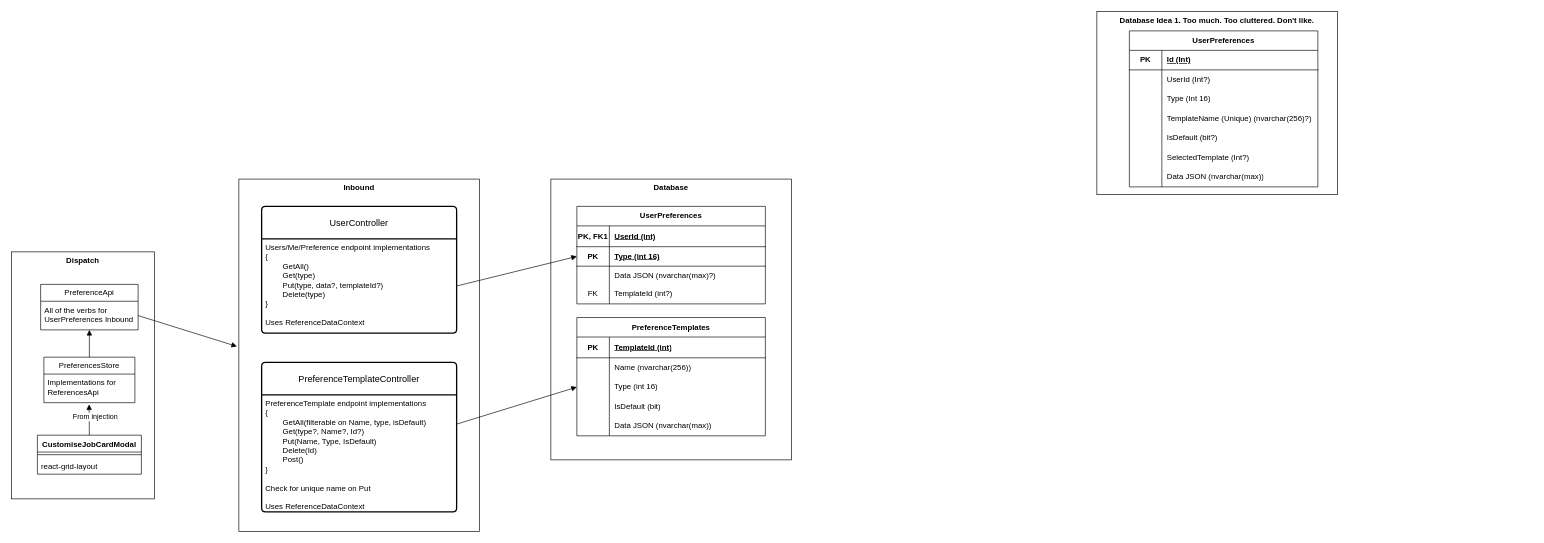
Earlier version of the draw.io diagram CustomJobCard.drawio (gbates-e2open/drawioFiles). Source tidied: cells renumbered, new cells numbered last; positions are measured from the earlier drawing's top-left corner, leaving out a move shared by most shapes. Both pictures are drawn from the tidied source at 65%, with x=0, y=0 at pixel (11, 11).
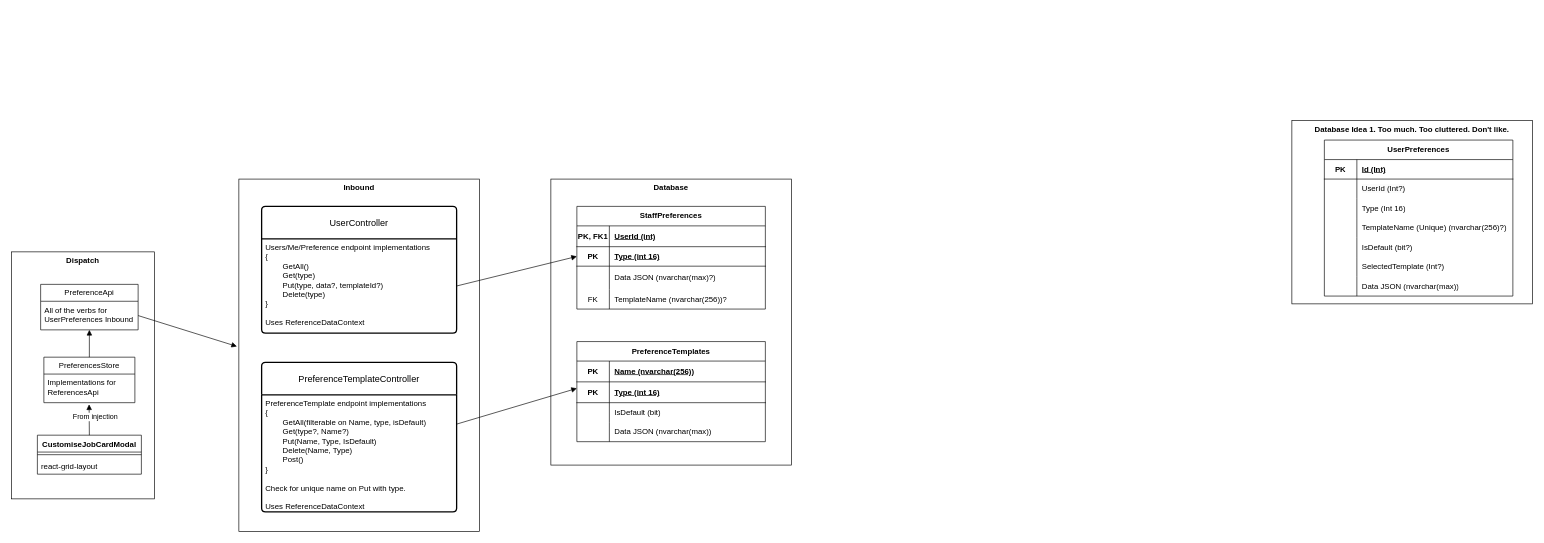
The same page after the edit.

Unchanged cells that the change refers to:
```xml
<mxCell id="3" value="PreferenceTemplateController" style="swimlane;horizontal=1;startSize=50;rounded=1;fontSize=14;fontStyle=0;strokeWidth=2;shadow=0;dashed=0;align=center;arcSize=4;whiteSpace=wrap;html=1;" parent="1" vertex="1">
  <mxGeometry x="385" y="540" width="300" height="230" as="geometry" />
</mxCell>
<mxCell id="54" style="shape=tableRow;horizontal=0;startSize=0;swimlaneHead=0;swimlaneBody=0;fillColor=none;top=0;left=0;right=0;bottom=1;html=1;" parent="53" vertex="1">
  <mxGeometry y="30" width="290" height="32" as="geometry" />
</mxCell>
```

The edit, as a diff of the source:
```diff
@@
-    <mxCell id="4" value="&lt;div&gt;&lt;span style=&quot;background-color: initial;&quot;&gt;PreferenceTemplate endpoint implementations&lt;/span&gt;&lt;br&gt;&lt;/div&gt;&lt;div&gt;{&lt;/div&gt;&lt;div&gt;&lt;span style=&quot;white-space: pre;&quot;&gt;&#9;&lt;/span&gt;GetAll(filterable on Name, type, isDefault)&lt;br&gt;&lt;/div&gt;&lt;div&gt;&lt;span style=&quot;white-space: pre;&quot;&gt;&#9;&lt;/span&gt;Get(type?, Name?, Id?)&lt;/div&gt;&lt;div&gt;&lt;span style=&quot;white-space: pre;&quot;&gt;&#9;&lt;/span&gt;Put(Name, Type, IsDefault)&lt;br&gt;&lt;/div&gt;&lt;div&gt;&lt;span style=&quot;white-space: pre;&quot;&gt;&#9;&lt;/span&gt;Delete(Id)&lt;/div&gt;&lt;div&gt;&lt;span style=&quot;white-space: pre;&quot;&gt;&#9;&lt;/span&gt;Post()&lt;br&gt;&lt;/div&gt;&lt;div&gt;}&lt;/div&gt;&lt;div&gt;&lt;br&gt;&lt;/div&gt;&lt;div&gt;Check for unique name on Put&lt;/div&gt;&lt;div&gt;&lt;br&gt;&lt;/div&gt;&lt;div&gt;Uses ReferenceDataContext&lt;/div&gt;" style="align=left;strokeColor=none;fillColor=none;spacingLeft=4;fontSize=12;verticalAlign=top;html=1;" parent="3" vertex="1">
+    <mxCell id="4" value="&lt;div&gt;&lt;span style=&quot;background-color: initial;&quot;&gt;PreferenceTemplate endpoint implementations&lt;/span&gt;&lt;br&gt;&lt;/div&gt;&lt;div&gt;{&lt;/div&gt;&lt;div&gt;&lt;span style=&quot;white-space: pre;&quot;&gt;&#9;&lt;/span&gt;GetAll(filterable on Name, type, isDefault)&lt;br&gt;&lt;/div&gt;&lt;div&gt;&lt;span style=&quot;white-space: pre;&quot;&gt;&#9;&lt;/span&gt;Get(type?, Name?)&lt;/div&gt;&lt;div&gt;&lt;span style=&quot;white-space: pre;&quot;&gt;&#9;&lt;/span&gt;Put(Name, Type, IsDefault)&lt;br&gt;&lt;/div&gt;&lt;div&gt;&lt;span style=&quot;white-space: pre;&quot;&gt;&#9;&lt;/span&gt;Delete(Name, Type)&lt;/div&gt;&lt;div&gt;&lt;span style=&quot;white-space: pre;&quot;&gt;&#9;&lt;/span&gt;Post()&lt;br&gt;&lt;/div&gt;&lt;div&gt;}&lt;/div&gt;&lt;div&gt;&lt;br&gt;&lt;/div&gt;&lt;div&gt;Check for unique name on Put with type.&lt;/div&gt;&lt;div&gt;&lt;br&gt;&lt;/div&gt;&lt;div&gt;Uses ReferenceDataContext&lt;/div&gt;" style="align=left;strokeColor=none;fillColor=none;spacingLeft=4;fontSize=12;verticalAlign=top;html=1;" parent="3" vertex="1">
       <mxGeometry y="50" width="300" height="180" as="geometry" />
     </mxCell>
@@
     <mxCell id="16" value="&lt;b&gt;Database Idea 1. Too much. Too cluttered. Don't like.&lt;/b&gt;" style="html=1;whiteSpace=wrap;verticalAlign=top;" parent="1" vertex="1">
-      <mxGeometry x="1670" width="370" height="282" as="geometry" />
+      <mxGeometry x="1970" y="168" width="370" height="282" as="geometry" />
     </mxCell>
     <mxCell id="17" value="UserPreferences" style="shape=table;startSize=30;childLayout=tableLayout;rowLines=0;fontStyle=1;align=center;html=1;whiteSpace=wrap;" parent="1" vertex="1">
-      <mxGeometry x="1720" y="30" width="290" height="240" as="geometry" />
+      <mxGeometry x="2020" y="198" width="290" height="240" as="geometry" />
     </mxCell>
@@
     <mxCell id="39" value="&lt;b&gt;Database&lt;/b&gt;" style="html=1;whiteSpace=wrap;verticalAlign=top;" parent="1" vertex="1">
-      <mxGeometry x="830" y="258" width="370" height="432" as="geometry" />
+      <mxGeometry x="830" y="258" width="370" height="440" as="geometry" />
     </mxCell>
-    <mxCell id="40" value="UserPreferences" style="shape=table;startSize=30;childLayout=tableLayout;rowLines=0;fontStyle=1;align=center;html=1;whiteSpace=wrap;" parent="1" vertex="1">
-      <mxGeometry x="870" y="300" width="290" height="150" as="geometry" />
+    <mxCell id="40" value="StaffPreferences" style="shape=table;startSize=30;childLayout=tableLayout;rowLines=0;fontStyle=1;align=center;html=1;whiteSpace=wrap;" parent="1" vertex="1">
+      <mxGeometry x="870" y="300" width="290" height="158" as="geometry" />
     </mxCell>
@@
     <mxCell id="47" style="shape=tableRow;horizontal=0;startSize=0;swimlaneHead=0;swimlaneBody=0;fillColor=none;top=0;left=0;right=0;bottom=0;html=1;" parent="40" vertex="1">
-      <mxGeometry y="92" width="290" height="28" as="geometry" />
+      <mxGeometry y="92" width="290" height="36" as="geometry" />
     </mxCell>
     <mxCell id="48" style="shape=partialRectangle;fillColor=none;top=0;left=0;bottom=0;right=0;overflow=hidden;html=1;whiteSpace=wrap;" parent="47" vertex="1">
-      <mxGeometry width="50" height="28" as="geometry" />
+      <mxGeometry width="50" height="36" as="geometry" />
     </mxCell>
     <mxCell id="49" value="Data JSON (nvarchar(max)?)" style="shape=partialRectangle;fillColor=none;top=0;left=0;bottom=0;right=0;align=left;spacingLeft=6;overflow=hidden;html=1;whiteSpace=wrap;" parent="47" vertex="1">
-      <mxGeometry x="50" width="240" height="28" as="geometry" />
+      <mxGeometry x="50" width="240" height="36" as="geometry" />
     </mxCell>
     <mxCell id="50" style="shape=tableRow;horizontal=0;startSize=0;swimlaneHead=0;swimlaneBody=0;fillColor=none;top=0;left=0;right=0;bottom=0;html=1;" parent="40" vertex="1">
-      <mxGeometry y="120" width="290" height="30" as="geometry" />
+      <mxGeometry y="128" width="290" height="30" as="geometry" />
     </mxCell>
@@
-    <mxCell id="52" value="TemplateId (int?)" style="shape=partialRectangle;fillColor=none;top=0;left=0;bottom=0;right=0;align=left;spacingLeft=6;overflow=hidden;html=1;whiteSpace=wrap;" parent="50" vertex="1">
+    <mxCell id="52" value="TemplateName (nvarchar(256))?" style="shape=partialRectangle;fillColor=none;top=0;left=0;bottom=0;right=0;align=left;spacingLeft=6;overflow=hidden;html=1;whiteSpace=wrap;" parent="50" vertex="1">
       <mxGeometry x="50" width="240" height="30" as="geometry" />
     </mxCell>
     <mxCell id="53" value="PreferenceTemplates" style="shape=table;startSize=30;childLayout=tableLayout;rowLines=0;fontStyle=1;align=center;html=1;whiteSpace=wrap;" parent="1" vertex="1">
-      <mxGeometry x="870" y="471" width="290" height="182" as="geometry" />
+      <mxGeometry x="870" y="508" width="290" height="154" as="geometry" />
     </mxCell>
@@
-    <mxCell id="56" value="TemplateId (int)" style="shape=partialRectangle;fillColor=none;top=0;left=0;bottom=0;right=0;align=left;spacingLeft=6;fontStyle=5;overflow=hidden;html=1;whiteSpace=wrap;" parent="54" vertex="1">
+    <mxCell id="56" value="Name (nvarchar(256))" style="shape=partialRectangle;fillColor=none;top=0;left=0;bottom=0;right=0;align=left;spacingLeft=6;fontStyle=5;overflow=hidden;html=1;whiteSpace=wrap;" parent="54" vertex="1">
       <mxGeometry x="50" width="240" height="32" as="geometry" />
     </mxCell>
-    <mxCell id="57" style="shape=tableRow;horizontal=0;startSize=0;swimlaneHead=0;swimlaneBody=0;fillColor=none;top=0;left=0;right=0;bottom=0;html=1;" parent="53" vertex="1">
-      <mxGeometry y="62" width="290" height="30" as="geometry" />
-    </mxCell>
-    <mxCell id="58" style="shape=partialRectangle;fillColor=none;top=0;left=0;bottom=0;right=0;overflow=hidden;html=1;whiteSpace=wrap;" parent="57" vertex="1">
-      <mxGeometry width="50" height="30" as="geometry" />
-    </mxCell>
-    <mxCell id="59" value="Name (nvarchar(256))" style="shape=partialRectangle;fillColor=none;top=0;left=0;bottom=0;right=0;align=left;spacingLeft=6;overflow=hidden;html=1;whiteSpace=wrap;" parent="57" vertex="1">
-      <mxGeometry x="50" width="240" height="30" as="geometry" />
-    </mxCell>
-    <mxCell id="60" style="shape=tableRow;horizontal=0;startSize=0;swimlaneHead=0;swimlaneBody=0;fillColor=none;points=[[0,0.5],[1,0.5]];portConstraint=eastwest;top=0;left=0;right=0;bottom=0;html=1;" parent="53" vertex="1">
-      <mxGeometry y="92" width="290" height="30" as="geometry" />
-    </mxCell>
-    <mxCell id="61" style="shape=partialRectangle;fillColor=none;top=0;left=0;bottom=0;right=0;overflow=hidden;html=1;whiteSpace=wrap;" parent="60" vertex="1">
-      <mxGeometry width="50" height="30" as="geometry" />
-    </mxCell>
+    <mxCell id="73" style="shape=tableRow;horizontal=0;startSize=0;swimlaneHead=0;swimlaneBody=0;fillColor=none;top=0;left=0;right=0;bottom=1;html=1;" parent="53" vertex="1">
+      <mxGeometry y="62" width="290" height="32" as="geometry" />
+    </mxCell>
+    <mxCell id="74" value="PK" style="shape=partialRectangle;fillColor=none;top=0;left=0;bottom=0;right=0;fontStyle=1;overflow=hidden;html=1;whiteSpace=wrap;" parent="73" vertex="1">
+      <mxGeometry width="50" height="32" as="geometry" />
+    </mxCell>
-    <mxCell id="62" value="Type (int 16)" style="shape=partialRectangle;fillColor=none;top=0;left=0;bottom=0;right=0;align=left;spacingLeft=6;overflow=hidden;html=1;whiteSpace=wrap;" parent="60" vertex="1">
-      <mxGeometry x="50" width="240" height="30" as="geometry" />
+    <mxCell id="62" value="Type (int 16)" style="shape=partialRectangle;fillColor=none;top=0;left=0;bottom=0;right=0;align=left;spacingLeft=6;fontStyle=5;overflow=hidden;html=1;whiteSpace=wrap;" parent="73" vertex="1">
+      <mxGeometry x="50" width="240" height="32" as="geometry" />
     </mxCell>
     <mxCell id="63" style="shape=tableRow;horizontal=0;startSize=0;swimlaneHead=0;swimlaneBody=0;fillColor=none;top=0;left=0;right=0;bottom=0;html=1;" parent="53" vertex="1">
-      <mxGeometry y="122" width="290" height="30" as="geometry" />
+      <mxGeometry y="94" width="290" height="30" as="geometry" />
     </mxCell>
@@
     <mxCell id="66" style="shape=tableRow;horizontal=0;startSize=0;swimlaneHead=0;swimlaneBody=0;fillColor=none;top=0;left=0;right=0;bottom=0;html=1;" parent="53" vertex="1">
-      <mxGeometry y="152" width="290" height="30" as="geometry" />
+      <mxGeometry y="124" width="290" height="30" as="geometry" />
     </mxCell>
@@
-    <mxCell id="72" style="html=1;verticalAlign=bottom;endArrow=block;curved=0;rounded=0;exitX=1;exitY=0.25;exitDx=0;exitDy=0;entryX=0;entryY=0.5;entryDx=0;entryDy=0;" parent="1" edge="1" source="4" target="60">
-      <mxGeometry relative="1" as="geometry" />
+    <mxCell id="72" style="html=1;verticalAlign=bottom;endArrow=block;curved=0;rounded=0;exitX=1;exitY=0.25;exitDx=0;exitDy=0;entryX=0;entryY=0.5;entryDx=0;entryDy=0;" parent="1" edge="1" source="4">
+      <mxGeometry relative="1" as="geometry">
+        <mxPoint x="870" y="580" as="targetPoint" />
+      </mxGeometry>
     </mxCell>
```
